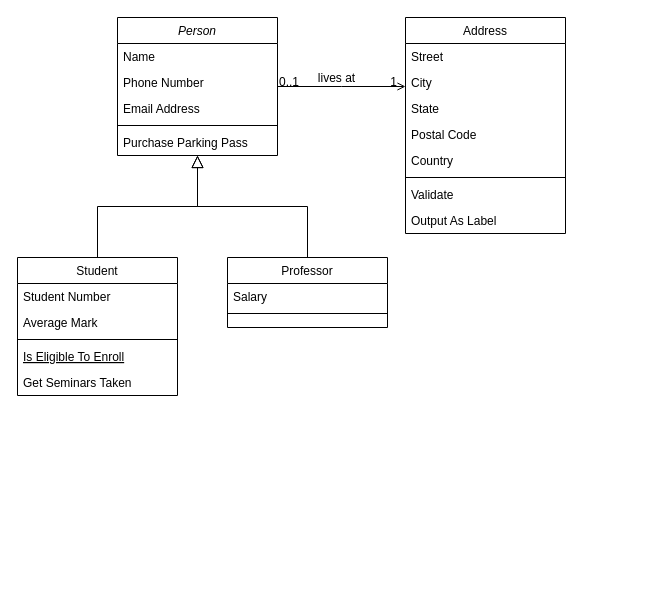
abdalajpub/devops-training keeps this draw.io diagram as class.drawio. Above is the earlier version. Source tidied: cells renumbered, new cells numbered last; positions are measured from the earlier drawing's top-left corner, leaving out a move shared by most shapes. Both pictures are drawn from the tidied source at 100%, with x=0, y=0 at pixel (17, 17).
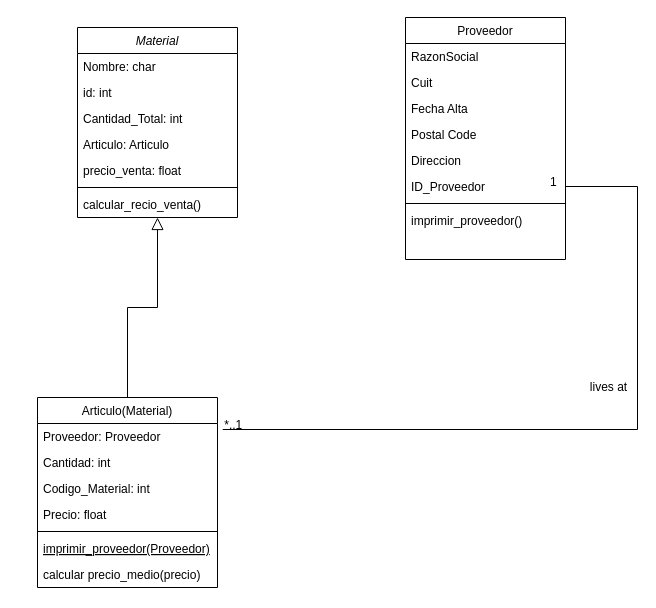
The same page after the edit.

The edit, as a diff of the source:
```diff
@@
+    <mxCell id="28" style="endArrow=none;shadow=0;strokeWidth=1;rounded=0;endFill=0;edgeStyle=elbowEdgeStyle;elbow=vertical;exitX=1.029;exitY=0.231;exitDx=0;exitDy=0;exitPerimeter=0;" parent="1" edge="1" source="9" target="36">
+      <mxGeometry relative="1" as="geometry">
+        <Array as="points">
+          <mxPoint x="620" y="390" />
+          <mxPoint x="310" y="180" />
+        </Array>
+      </mxGeometry>
+    </mxCell>
+    <mxCell id="29" value="*..1" style="align=left;verticalAlign=bottom;labelBackgroundColor=none;fontSize=12;" parent="28" vertex="1">
+      <mxGeometry x="-1" relative="1" as="geometry">
+        <mxPoint y="4" as="offset" />
+      </mxGeometry>
+    </mxCell>
+    <mxCell id="30" value="1" style="align=right;verticalAlign=bottom;labelBackgroundColor=none;fontSize=12;" parent="28" vertex="1">
+      <mxGeometry x="1" relative="1" as="geometry">
+        <mxPoint x="-7" y="4" as="offset" />
+      </mxGeometry>
+    </mxCell>
+    <mxCell id="31" value="lives at" style="text;html=1;align=center;verticalAlign=middle;labelBackgroundColor=none;rounded=0;shadow=0;strokeWidth=1;fontSize=12;" parent="28" vertex="1">
+      <mxGeometry x="0.5" y="49" relative="1" as="geometry">
+        <mxPoint x="19" y="90" as="offset" />
+      </mxGeometry>
+    </mxCell>
-    <mxCell id="2" value="Person" style="swimlane;fontStyle=2;align=center;verticalAlign=top;horizontal=1;startSize=26;rounded=0;shadow=0;strokeWidth=1;" parent="1" vertex="1">
-      <mxGeometry x="100" width="160" height="138" as="geometry" />
+    <mxCell id="2" value="Material" style="swimlane;fontStyle=2;align=center;verticalAlign=top;horizontal=1;startSize=26;rounded=0;shadow=0;strokeWidth=1;" parent="1" vertex="1">
+      <mxGeometry x="60" y="10" width="160" height="190" as="geometry" />
     </mxCell>
-    <mxCell id="3" value="Name" style="text;align=left;verticalAlign=top;spacingLeft=4;spacingRight=4;overflow=hidden;" parent="2" vertex="1">
+    <mxCell id="3" value="Nombre: char" style="text;align=left;verticalAlign=top;spacingLeft=4;spacingRight=4;overflow=hidden;" parent="2" vertex="1">
       <mxGeometry y="26" width="160" height="26" as="geometry" />
     </mxCell>
-    <mxCell id="4" value="Phone Number" style="text;align=left;verticalAlign=top;spacingLeft=4;spacingRight=4;overflow=hidden;rounded=0;shadow=0;html=0;" parent="2" vertex="1">
+    <mxCell id="4" value="id: int " style="text;align=left;verticalAlign=top;spacingLeft=4;spacingRight=4;overflow=hidden;rounded=0;shadow=0;html=0;" parent="2" vertex="1">
       <mxGeometry y="52" width="160" height="26" as="geometry" />
     </mxCell>
-    <mxCell id="5" value="Email Address" style="text;align=left;verticalAlign=top;spacingLeft=4;spacingRight=4;overflow=hidden;rounded=0;shadow=0;html=0;" parent="2" vertex="1">
+    <mxCell id="5" value="Cantidad_Total: int&#10;" style="text;align=left;verticalAlign=top;spacingLeft=4;spacingRight=4;overflow=hidden;rounded=0;shadow=0;html=0;" parent="2" vertex="1">
       <mxGeometry y="78" width="160" height="26" as="geometry" />
     </mxCell>
+    <mxCell id="32" value="Articulo: Articulo" style="text;align=left;verticalAlign=top;spacingLeft=4;spacingRight=4;overflow=hidden;rounded=0;shadow=0;html=0;" parent="2" vertex="1">
+      <mxGeometry y="104" width="160" height="26" as="geometry" />
+    </mxCell>
+    <mxCell id="33" value="precio_venta: float" style="text;align=left;verticalAlign=top;spacingLeft=4;spacingRight=4;overflow=hidden;rounded=0;shadow=0;html=0;" parent="2" vertex="1">
+      <mxGeometry y="130" width="160" height="26" as="geometry" />
+    </mxCell>
     <mxCell id="6" style="line;html=1;strokeWidth=1;align=left;verticalAlign=middle;spacingTop=-1;spacingLeft=3;spacingRight=3;labelPosition=right;" parent="2" vertex="1">
-      <mxGeometry y="104" width="160" height="8" as="geometry" />
+      <mxGeometry y="156" width="160" height="8" as="geometry" />
     </mxCell>
-    <mxCell id="7" value="Purchase Parking Pass" style="text;align=left;verticalAlign=top;spacingLeft=4;spacingRight=4;overflow=hidden;" parent="2" vertex="1">
-      <mxGeometry y="112" width="160" height="26" as="geometry" />
+    <mxCell id="7" value="calcular_recio_venta()" style="text;align=left;verticalAlign=top;spacingLeft=4;spacingRight=4;overflow=hidden;" parent="2" vertex="1">
+      <mxGeometry y="164" width="160" height="26" as="geometry" />
     </mxCell>
-    <mxCell id="8" value="Student" style="swimlane;fontStyle=0;align=center;verticalAlign=top;horizontal=1;startSize=26;rounded=0;shadow=0;strokeWidth=1;" parent="1" vertex="1">
-      <mxGeometry y="240" width="160" height="138" as="geometry" />
+    <mxCell id="8" value="Articulo(Material)" style="swimlane;fontStyle=0;align=center;verticalAlign=top;horizontal=1;startSize=26;rounded=0;shadow=0;strokeWidth=1;" parent="1" vertex="1">
+      <mxGeometry x="20" y="380" width="180" height="190" as="geometry" />
     </mxCell>
-    <mxCell id="9" value="Student Number" style="text;align=left;verticalAlign=top;spacingLeft=4;spacingRight=4;overflow=hidden;points=[[0,0.5],[1,0.5]];portConstraint=eastwest;" parent="8" vertex="1">
-      <mxGeometry y="26" width="160" height="26" as="geometry" />
+    <mxCell id="9" value="Proveedor: Proveedor" style="text;align=left;verticalAlign=top;spacingLeft=4;spacingRight=4;overflow=hidden;points=[[0,0.5],[1,0.5]];portConstraint=eastwest;" parent="8" vertex="1">
+      <mxGeometry y="26" width="180" height="26" as="geometry" />
     </mxCell>
-    <mxCell id="10" value="Average Mark" style="text;align=left;verticalAlign=top;spacingLeft=4;spacingRight=4;overflow=hidden;rounded=0;shadow=0;html=0;" parent="8" vertex="1">
-      <mxGeometry y="52" width="160" height="26" as="geometry" />
+    <mxCell id="10" value="Cantidad: int" style="text;align=left;verticalAlign=top;spacingLeft=4;spacingRight=4;overflow=hidden;rounded=0;shadow=0;html=0;" parent="8" vertex="1">
+      <mxGeometry y="52" width="180" height="26" as="geometry" />
     </mxCell>
+    <mxCell id="34" value="Codigo_Material: int" style="text;align=left;verticalAlign=top;spacingLeft=4;spacingRight=4;overflow=hidden;rounded=0;shadow=0;html=0;" parent="8" vertex="1">
+      <mxGeometry y="78" width="180" height="26" as="geometry" />
+    </mxCell>
+    <mxCell id="35" value="Precio: float" style="text;align=left;verticalAlign=top;spacingLeft=4;spacingRight=4;overflow=hidden;rounded=0;shadow=0;html=0;" parent="8" vertex="1">
+      <mxGeometry y="104" width="180" height="26" as="geometry" />
+    </mxCell>
     <mxCell id="11" style="line;html=1;strokeWidth=1;align=left;verticalAlign=middle;spacingTop=-1;spacingLeft=3;spacingRight=3;labelPosition=right;" parent="8" vertex="1">
-      <mxGeometry y="78" width="160" height="8" as="geometry" />
+      <mxGeometry y="130" width="180" height="8" as="geometry" />
     </mxCell>
-    <mxCell id="12" value="Is Eligible To Enroll" style="text;align=left;verticalAlign=top;spacingLeft=4;spacingRight=4;overflow=hidden;fontStyle=4;" parent="8" vertex="1">
-      <mxGeometry y="86" width="160" height="26" as="geometry" />
+    <mxCell id="12" value="imprimir_proveedor(Proveedor)" style="text;align=left;verticalAlign=top;spacingLeft=4;spacingRight=4;overflow=hidden;fontStyle=4;" parent="8" vertex="1">
+      <mxGeometry y="138" width="180" height="26" as="geometry" />
     </mxCell>
-    <mxCell id="13" value="Get Seminars Taken" style="text;align=left;verticalAlign=top;spacingLeft=4;spacingRight=4;overflow=hidden;" parent="8" vertex="1">
-      <mxGeometry y="112" width="160" height="26" as="geometry" />
+    <mxCell id="13" value="calcular precio_medio(precio)" style="text;align=left;verticalAlign=top;spacingLeft=4;spacingRight=4;overflow=hidden;" parent="8" vertex="1">
+      <mxGeometry y="164" width="180" height="26" as="geometry" />
     </mxCell>
@@
-    <mxCell id="15" value="Professor" style="swimlane;fontStyle=0;align=center;verticalAlign=top;horizontal=1;startSize=26;rounded=0;shadow=0;strokeWidth=1;" parent="1" vertex="1">
-      <mxGeometry x="210" y="240" width="160" height="70" as="geometry" />
-    </mxCell>
-    <mxCell id="16" value="Salary" style="text;align=left;verticalAlign=top;spacingLeft=4;spacingRight=4;overflow=hidden;" parent="15" vertex="1">
-      <mxGeometry y="26" width="160" height="26" as="geometry" />
-    </mxCell>
-    <mxCell id="17" style="line;html=1;strokeWidth=1;align=left;verticalAlign=middle;spacingTop=-1;spacingLeft=3;spacingRight=3;labelPosition=right;" parent="15" vertex="1">
-      <mxGeometry y="52" width="160" height="8" as="geometry" />
-    </mxCell>
-    <mxCell id="18" style="endArrow=block;endSize=10;endFill=0;shadow=0;strokeWidth=1;rounded=0;edgeStyle=elbowEdgeStyle;elbow=vertical;" parent="1" edge="1" source="15" target="2">
-      <mxGeometry relative="1" as="geometry" />
-    </mxCell>
-    <mxCell id="19" value="Address" style="swimlane;fontStyle=0;align=center;verticalAlign=top;horizontal=1;startSize=26;rounded=0;shadow=0;strokeWidth=1;" parent="1" vertex="1">
-      <mxGeometry x="388" width="160" height="216" as="geometry" />
+    <mxCell id="19" value="Proveedor" style="swimlane;fontStyle=0;align=center;verticalAlign=top;horizontal=1;startSize=26;rounded=0;shadow=0;strokeWidth=1;" parent="1" vertex="1">
+      <mxGeometry x="388" width="160" height="242" as="geometry" />
     </mxCell>
-    <mxCell id="20" value="Street" style="text;align=left;verticalAlign=top;spacingLeft=4;spacingRight=4;overflow=hidden;" parent="19" vertex="1">
+    <mxCell id="20" value="RazonSocial" style="text;align=left;verticalAlign=top;spacingLeft=4;spacingRight=4;overflow=hidden;" parent="19" vertex="1">
       <mxGeometry y="26" width="160" height="26" as="geometry" />
     </mxCell>
-    <mxCell id="21" value="City" style="text;align=left;verticalAlign=top;spacingLeft=4;spacingRight=4;overflow=hidden;rounded=0;shadow=0;html=0;" parent="19" vertex="1">
+    <mxCell id="21" value="Cuit" style="text;align=left;verticalAlign=top;spacingLeft=4;spacingRight=4;overflow=hidden;rounded=0;shadow=0;html=0;" parent="19" vertex="1">
       <mxGeometry y="52" width="160" height="26" as="geometry" />
     </mxCell>
-    <mxCell id="22" value="State" style="text;align=left;verticalAlign=top;spacingLeft=4;spacingRight=4;overflow=hidden;rounded=0;shadow=0;html=0;" parent="19" vertex="1">
+    <mxCell id="22" value="Fecha Alta" style="text;align=left;verticalAlign=top;spacingLeft=4;spacingRight=4;overflow=hidden;rounded=0;shadow=0;html=0;" parent="19" vertex="1">
       <mxGeometry y="78" width="160" height="26" as="geometry" />
     </mxCell>
@@
-    <mxCell id="24" value="Country" style="text;align=left;verticalAlign=top;spacingLeft=4;spacingRight=4;overflow=hidden;rounded=0;shadow=0;html=0;" parent="19" vertex="1">
+    <mxCell id="24" value="Direccion" style="text;align=left;verticalAlign=top;spacingLeft=4;spacingRight=4;overflow=hidden;rounded=0;shadow=0;html=0;" parent="19" vertex="1">
       <mxGeometry y="130" width="160" height="26" as="geometry" />
     </mxCell>
+    <mxCell id="36" value="ID_Proveedor" style="text;align=left;verticalAlign=top;spacingLeft=4;spacingRight=4;overflow=hidden;points=[[0,0.5],[1,0.5]];portConstraint=eastwest;rounded=0;shadow=0;html=0;" parent="19" vertex="1">
+      <mxGeometry y="156" width="160" height="26" as="geometry" />
+    </mxCell>
     <mxCell id="25" style="line;html=1;strokeWidth=1;align=left;verticalAlign=middle;spacingTop=-1;spacingLeft=3;spacingRight=3;labelPosition=right;" parent="19" vertex="1">
-      <mxGeometry y="156" width="160" height="8" as="geometry" />
+      <mxGeometry y="182" width="160" height="8" as="geometry" />
     </mxCell>
-    <mxCell id="26" value="Validate" style="text;align=left;verticalAlign=top;spacingLeft=4;spacingRight=4;overflow=hidden;" parent="19" vertex="1">
-      <mxGeometry y="164" width="160" height="26" as="geometry" />
+    <mxCell id="26" value="imprimir_proveedor()" style="text;align=left;verticalAlign=top;spacingLeft=4;spacingRight=4;overflow=hidden;" parent="19" vertex="1">
+      <mxGeometry y="190" width="160" height="26" as="geometry" />
     </mxCell>
-    <mxCell id="27" value="Output As Label" style="text;align=left;verticalAlign=top;spacingLeft=4;spacingRight=4;overflow=hidden;" parent="19" vertex="1">
-      <mxGeometry y="190" width="160" height="26" as="geometry" />
-    </mxCell>
-    <mxCell id="28" style="endArrow=open;shadow=0;strokeWidth=1;rounded=0;endFill=1;edgeStyle=elbowEdgeStyle;elbow=vertical;" parent="1" edge="1" source="2" target="19">
-      <mxGeometry x="0.5" y="41" relative="1" as="geometry">
-        <mxPoint x="-40" y="32" as="offset" />
-      </mxGeometry>
-    </mxCell>
-    <mxCell id="29" value="0..1" style="align=left;verticalAlign=bottom;labelBackgroundColor=none;fontSize=12;" parent="28" vertex="1">
-      <mxGeometry x="-1" relative="1" as="geometry">
-        <mxPoint y="4" as="offset" />
-      </mxGeometry>
-    </mxCell>
-    <mxCell id="30" value="1" style="align=right;verticalAlign=bottom;labelBackgroundColor=none;fontSize=12;" parent="28" vertex="1">
-      <mxGeometry x="1" relative="1" as="geometry">
-        <mxPoint x="-7" y="4" as="offset" />
-      </mxGeometry>
-    </mxCell>
-    <mxCell id="31" value="lives at" style="text;html=1;align=center;verticalAlign=middle;labelBackgroundColor=none;rounded=0;shadow=0;strokeWidth=1;fontSize=12;" parent="28" vertex="1">
-      <mxGeometry x="0.5" y="49" relative="1" as="geometry">
-        <mxPoint x="-38" y="40" as="offset" />
-      </mxGeometry>
-    </mxCell>
```
